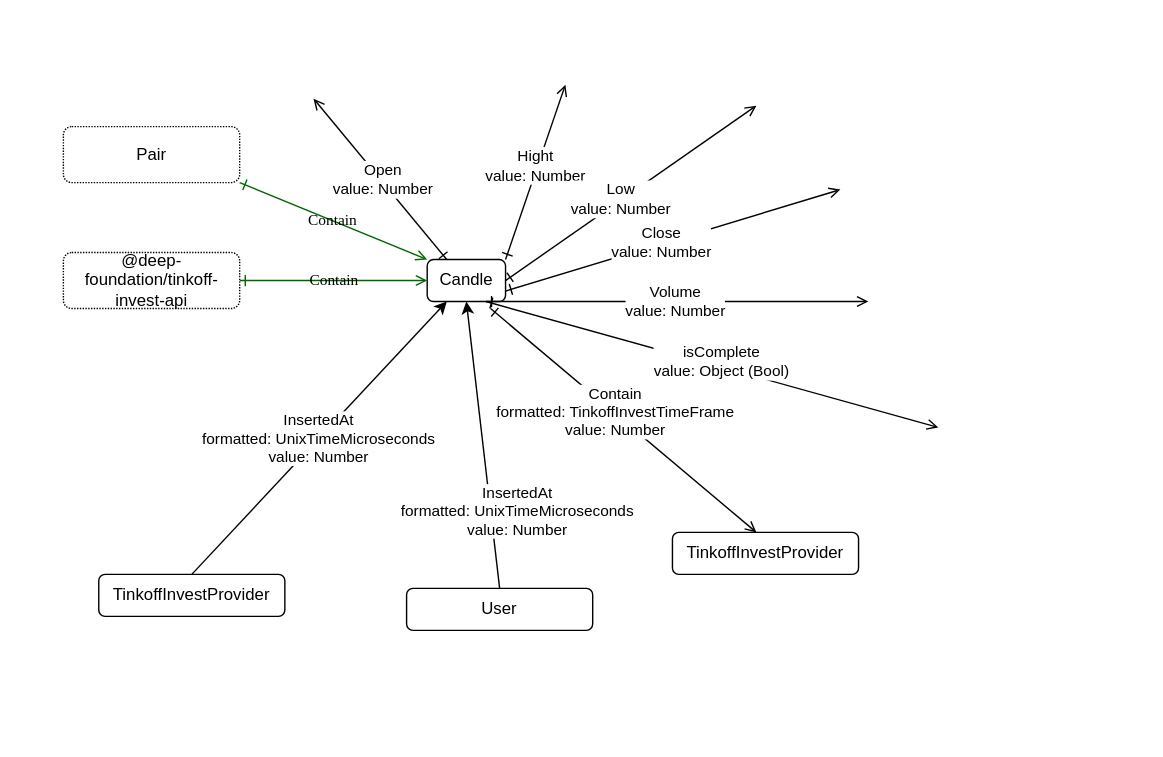
This is src/candle/Candle.drawio.svg from suenot/deep-profitmaker, a draw.io export, as it was before one commit. Source tidied: cells renumbered, new cells last; positions are measured from the earlier drawing's top-left corner, leaving out a move shared by most shapes.
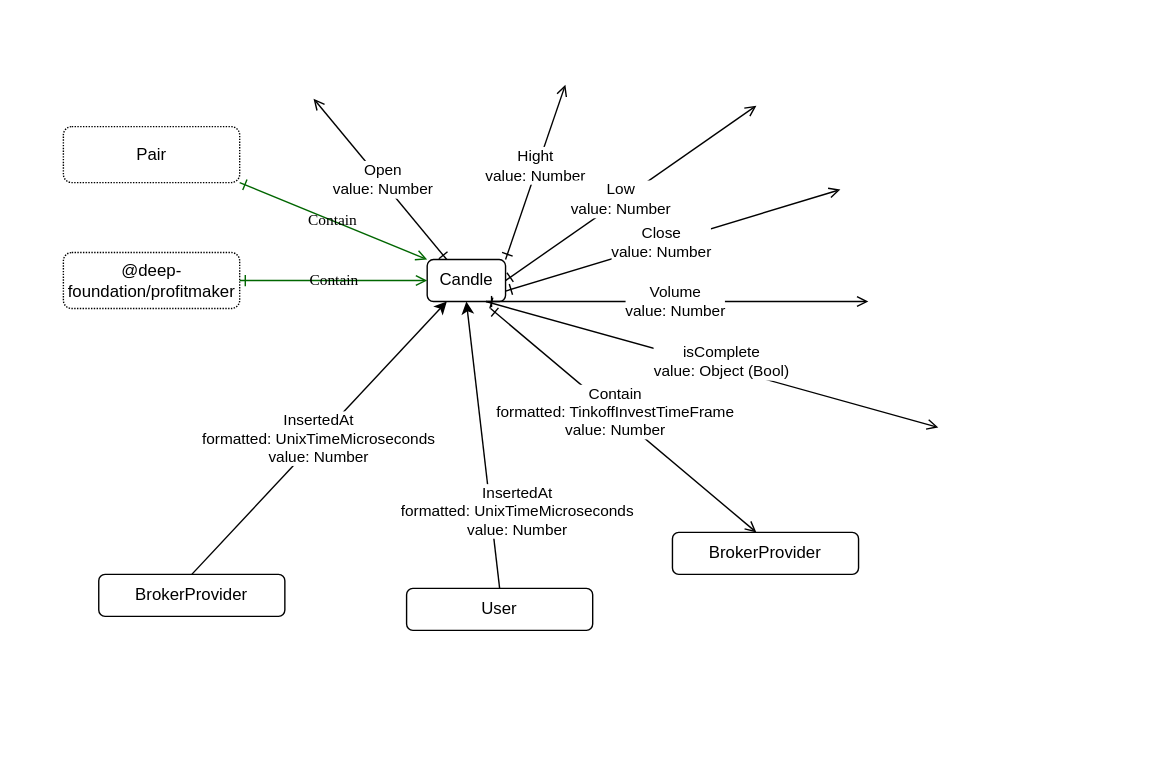
The same diagram one commit later.

The edit, as a diff of the source:
```diff
@@ -56,7 +56,7 @@
     <mxCell id="15" value="InsertedAt&lt;br&gt;formatted: UnixTimeMicroseconds&amp;nbsp;&lt;br&gt;value: Number" style="edgeStyle=none;html=1;exitX=0.5;exitY=0;exitDx=0;exitDy=0;entryX=0.25;entryY=1;entryDx=0;entryDy=0;" parent="1" edge="1" source="16" target="5">
       <mxGeometry relative="1" as="geometry" />
     </mxCell>
-    <mxCell id="16" value="TinkoffInvestProvider" style="rounded=1;whiteSpace=wrap;html=1;labelBackgroundColor=none;" parent="1" vertex="1">
+    <mxCell id="16" value="BrokerProvider" style="rounded=1;whiteSpace=wrap;html=1;labelBackgroundColor=none;" parent="1" vertex="1">
       <mxGeometry x="70" y="410" width="133" height="30" as="geometry" />
     </mxCell>
     <mxCell id="17" style="edgeStyle=none;html=1;exitX=0.75;exitY=1;exitDx=0;exitDy=0;startArrow=ERone;startFill=0;endArrow=open;endFill=0;entryX=0;entryY=0.5;entryDx=0;entryDy=0;" parent="1" edge="1" source="5">
@@ -67,7 +67,7 @@
     <mxCell id="18" value="isComplete&lt;br&gt;value: Object (Bool)" style="edgeLabel;html=1;align=center;verticalAlign=middle;" parent="17" vertex="1">
       <mxGeometry x="0.03" y="4" relative="1" as="geometry" />
     </mxCell>
-    <mxCell id="19" value="@deep-foundation/tinkoff-invest-api" style="rounded=1;whiteSpace=wrap;html=1;labelBackgroundColor=none;dashed=1;dashPattern=1 1;" parent="1" vertex="1">
+    <mxCell id="19" value="@deep-foundation/profitmaker" style="rounded=1;whiteSpace=wrap;html=1;labelBackgroundColor=none;dashed=1;dashPattern=1 1;" parent="1" vertex="1">
       <mxGeometry x="44.7" y="180" width="126" height="40" as="geometry" />
     </mxCell>
     <mxCell id="20" value="Contain" style="jettySize=auto;html=1;shadow=0;labelBackgroundColor=none;startArrow=ERone;startFill=0;endArrow=open;endFill=0;fontColor=#000000;fontFamily=Comic Sans MS;entryX=0;entryY=0.5;entryDx=0;entryDy=0;exitX=1;exitY=0.5;exitDx=0;exitDy=0;strokeColor=#006600;" parent="1" edge="1" source="19" target="5">
@@ -91,7 +91,7 @@
     <mxCell id="25" value="InsertedAt&lt;br&gt;formatted: UnixTimeMicroseconds&amp;nbsp;&lt;br&gt;value: Number" style="edgeStyle=none;html=1;exitX=0.5;exitY=0;exitDx=0;exitDy=0;entryX=0.5;entryY=1;entryDx=0;entryDy=0;" parent="1" edge="1" source="24" target="5">
       <mxGeometry x="-0.49" y="-19" relative="1" as="geometry" />
     </mxCell>
-    <mxCell id="26" value="TinkoffInvestProvider" style="rounded=1;whiteSpace=wrap;html=1;labelBackgroundColor=none;" parent="1" vertex="1">
+    <mxCell id="26" value="BrokerProvider" style="rounded=1;whiteSpace=wrap;html=1;labelBackgroundColor=none;" parent="1" vertex="1">
       <mxGeometry x="480" y="380" width="133" height="30" as="geometry" />
     </mxCell>
   </root>
```
